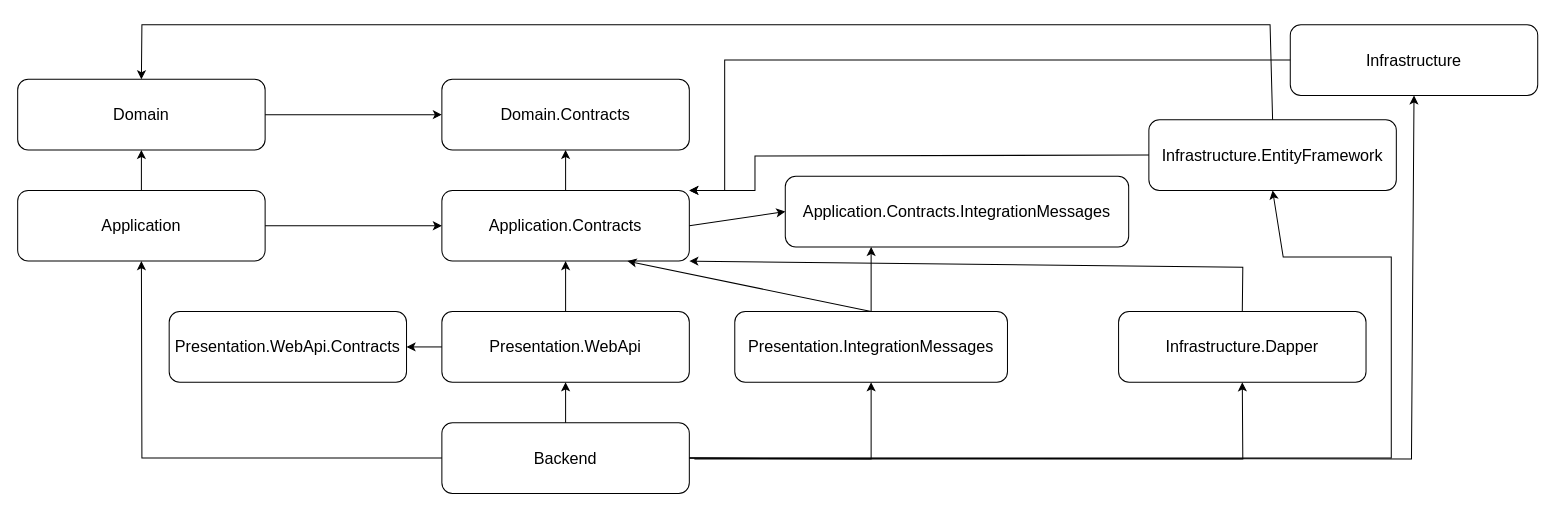
This is docs/ArchitectureDiagram.drawio from jordiaragonzaragoza/JordiAragon.SharedKernel, a draw.io file, before an edit. Source tidied: cells renumbered, new cells numbered last; positions are measured from the earlier drawing's top-left corner, leaving out a move shared by most shapes. Both pictures are drawn from the tidied source at 101%, with x=0, y=0 at pixel (17, 24).
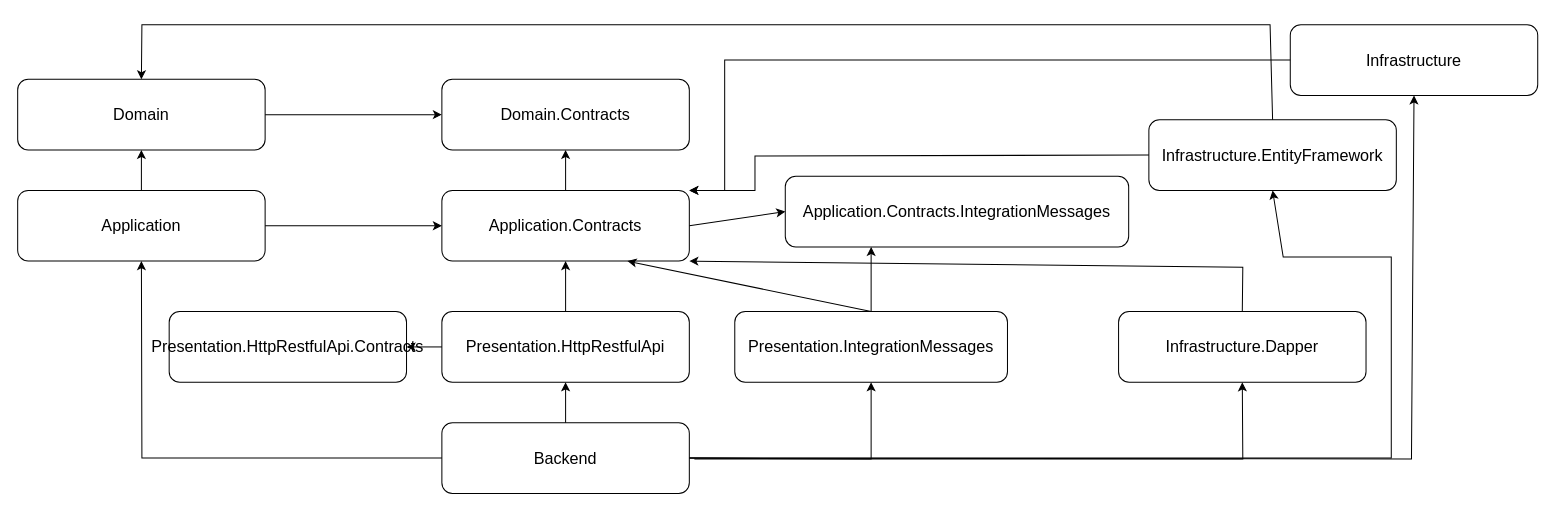
The same diagram, later.

Change to the diagram source:
```diff
@@
-    <mxCell id="11" value="Presentation.WebApi" style="rounded=1;whiteSpace=wrap;html=1;fontSize=16;" parent="1" vertex="1">
+    <mxCell id="11" value="Presentation.HttpRestfulApi" style="rounded=1;whiteSpace=wrap;html=1;fontSize=16;" parent="1" vertex="1">
       <mxGeometry x="420" y="284" width="245" height="70" as="geometry" />
     </mxCell>
-    <mxCell id="12" value="Presentation.WebApi.Contracts" style="rounded=1;whiteSpace=wrap;html=1;fontSize=16;" parent="1" vertex="1">
+    <mxCell id="12" value="Presentation.HttpRestfulApi.Contracts" style="rounded=1;whiteSpace=wrap;html=1;fontSize=16;" parent="1" vertex="1">
       <mxGeometry x="150" y="284" width="235" height="70" as="geometry" />
     </mxCell>
```
